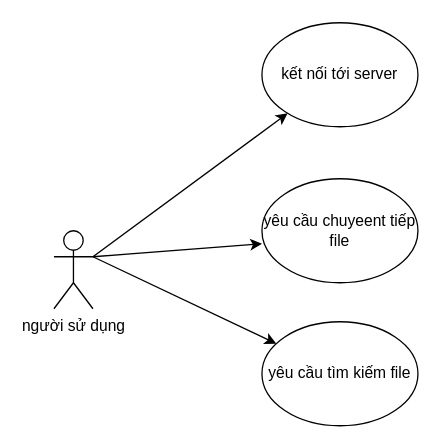
The draw.io diagram page "Page-4" (4 of 4) of INFO/ltm.drawio in phamhongphuc1999/NetworkPrograming, before the edit. Source tidied: cells renumbered, new cells numbered last; positions are measured from the earlier drawing's top-left corner, leaving out a move shared by most shapes. Both pictures are drawn from the tidied source at 130%, with x=0, y=0 at pixel (53, 22).
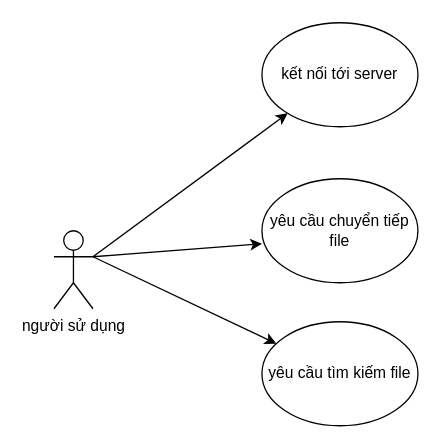
After the change.

Change to the diagram source:
```diff
@@
 <mxGraphModel>
   <root>
     <mxCell id="0" />
     <mxCell id="1" parent="0" />
     <mxCell id="2" value="người sử dụng" style="shape=umlActor;verticalLabelPosition=bottom;verticalAlign=top;html=1;outlineConnect=0;" parent="1" vertex="1">
       <mxGeometry y="160" width="30" height="60" as="geometry" />
     </mxCell>
     <mxCell id="3" value="kết nối tới server" style="ellipse;whiteSpace=wrap;html=1;" parent="1" vertex="1">
       <mxGeometry x="160" width="120" height="80" as="geometry" />
     </mxCell>
-    <mxCell id="4" value="yêu cầu chuyeent tiếp file" style="ellipse;whiteSpace=wrap;html=1;" parent="1" vertex="1">
+    <mxCell id="4" value="yêu cầu chuyển tiếp file" style="ellipse;whiteSpace=wrap;html=1;" parent="1" vertex="1">
       <mxGeometry x="160" y="120" width="120" height="80" as="geometry" />
     </mxCell>
     <mxCell id="5" value="yêu cầu tìm kiếm file" style="ellipse;whiteSpace=wrap;html=1;" parent="1" vertex="1">
       <mxGeometry x="160" y="230" width="120" height="80" as="geometry" />
     </mxCell>
     <mxCell id="6" style="endArrow=classic;html=1;exitX=1;exitY=0.3333333333333333;exitDx=0;exitDy=0;exitPerimeter=0;" parent="1" edge="1" source="2" target="3">
       <mxGeometry relative="1" as="geometry" />
     </mxCell>
     <mxCell id="7" style="endArrow=classic;html=1;entryX=0;entryY=0.625;entryDx=0;entryDy=0;entryPerimeter=0;" parent="1" edge="1" target="4">
       <mxGeometry relative="1" as="geometry">
         <mxPoint x="30" y="180" as="sourcePoint" />
       </mxGeometry>
     </mxCell>
     <mxCell id="8" style="endArrow=classic;html=1;" parent="1" edge="1" target="5">
       <mxGeometry relative="1" as="geometry">
         <mxPoint x="30" y="180" as="sourcePoint" />
       </mxGeometry>
     </mxCell>
   </root>
 </mxGraphModel>
```
